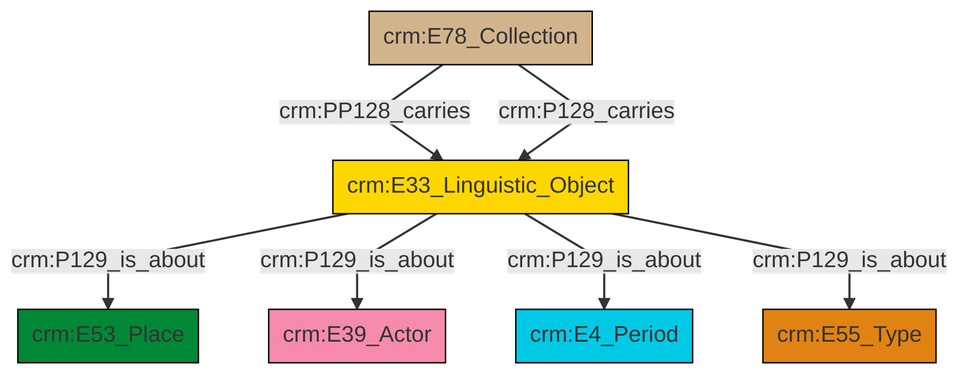
Earlier version of the Mermaid export et/archivalCSV/ttl/mmd/png/archival_aboutness.png (swiss-art-research-net/docs.swissartresearch). Its source is kept beside it as et/archivalCSV/ttl/mmd/archival_aboutness.ttl.mmd.
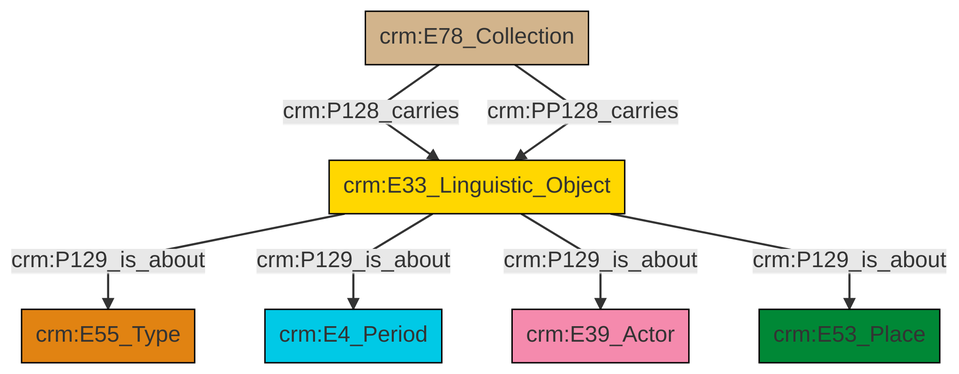
Later version of the same file.

What changed in the source:
```diff
@@ -13,9 +13,9 @@
 classDef PC_Classes fill:#4ce600, stroke:#000000;
 classDef Multi fill:#cccccc,stroke:#000000;
 
-2["crm:E33_Linguistic_Object"]:::Conceptual_Object -->|crm:P129_is_about| 3["crm:E53_Place"]:::Place
-0["crm:E78_Collection"]:::Physical_Thing -->|crm:PP128_carries| 2["crm:E33_Linguistic_Object"]:::Conceptual_Object
-0["crm:E78_Collection"]:::Physical_Thing -->|crm:P128_carries| 2["crm:E33_Linguistic_Object"]:::Conceptual_Object
-2["crm:E33_Linguistic_Object"]:::Conceptual_Object -->|crm:P129_is_about| 4["crm:E39_Actor"]:::Actor
-2["crm:E33_Linguistic_Object"]:::Conceptual_Object -->|crm:P129_is_about| 8["crm:E4_Period"]:::Temporal_Entity
-2["crm:E33_Linguistic_Object"]:::Conceptual_Object -->|crm:P129_is_about| 9["crm:E55_Type"]:::Type
+4["crm:E33_Linguistic_Object"]:::Conceptual_Object -->|crm:P129_is_about| 5["crm:E55_Type"]:::Type
+4["crm:E33_Linguistic_Object"]:::Conceptual_Object -->|crm:P129_is_about| 2["crm:E4_Period"]:::Temporal_Entity
+7["crm:E78_Collection"]:::Physical_Thing -->|crm:P128_carries| 4["crm:E33_Linguistic_Object"]:::Conceptual_Object
+4["crm:E33_Linguistic_Object"]:::Conceptual_Object -->|crm:P129_is_about| 9["crm:E39_Actor"]:::Actor
+7["crm:E78_Collection"]:::Physical_Thing -->|crm:PP128_carries| 4["crm:E33_Linguistic_Object"]:::Conceptual_Object
+4["crm:E33_Linguistic_Object"]:::Conceptual_Object -->|crm:P129_is_about| 0["crm:E53_Place"]:::Place
```
